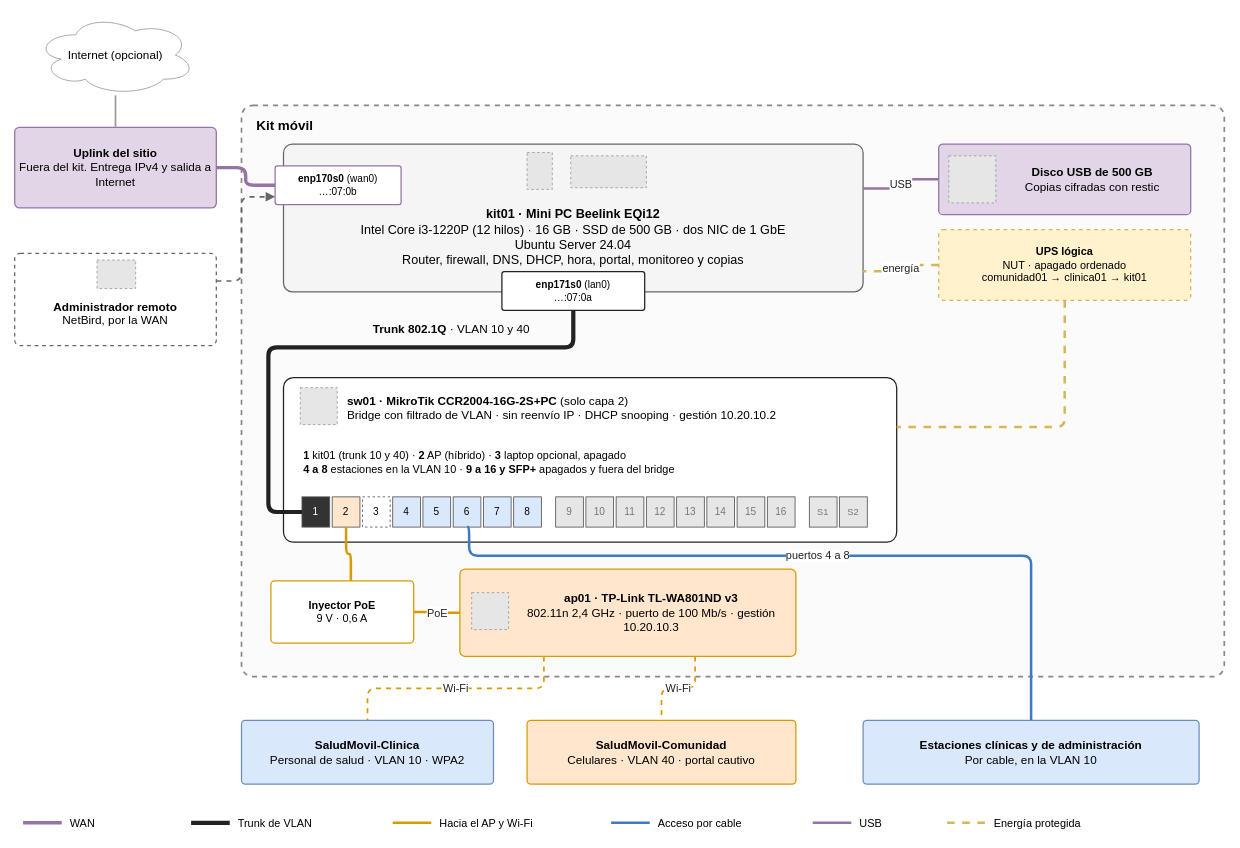
This is diagramas/diagrama-fisico.drawio from kitsalud-movil-plats1/docs, a draw.io file, before an edit. Source tidied: cells renumbered, new cells numbered last; positions are measured from the earlier drawing's top-left corner, leaving out a move shared by most shapes. Both pictures are drawn from the tidied source at 84%, with x=0, y=0 at pixel (14, 14). Pictures stored in the file or linked from it are replaced by grey dashed boxes.
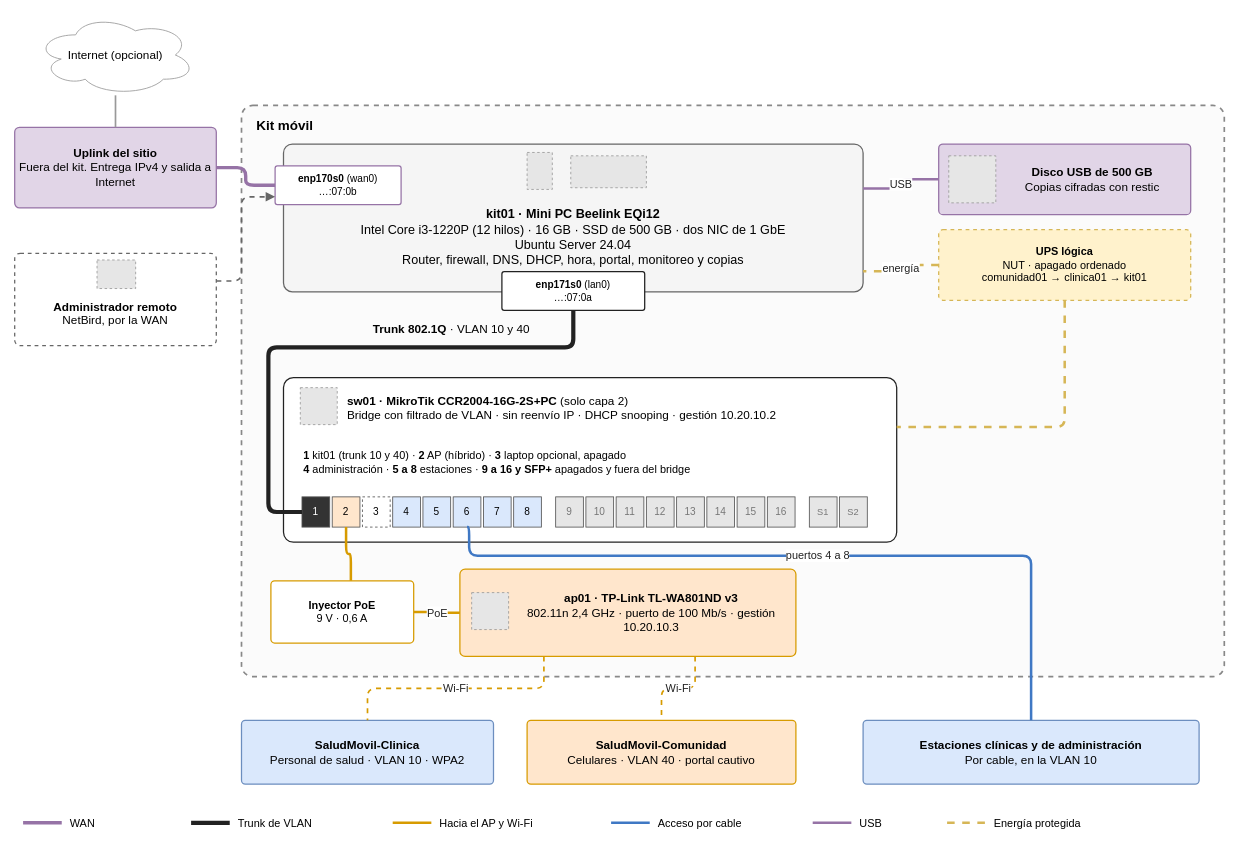
The same page after the edit.

Commit message (it also covers changes not shown here):
Documenta la administración por el puerto ether4

Diff of the diagram source:
```diff
@@
-    <mxCell id="36" value="&lt;b&gt;1&lt;/b&gt; kit01 (trunk 10 y 40) · &lt;b&gt;2&lt;/b&gt; AP (híbrido) · &lt;b&gt;3&lt;/b&gt; laptop opcional, apagado&lt;br&gt;&lt;b&gt;4 a 8&lt;/b&gt; estaciones en la VLAN 10 · &lt;b&gt;9 a 16 y SFP+&lt;/b&gt; apagados y fuera del bridge" style="text;html=1;whiteSpace=wrap;fontSize=13;fontFamily=Helvetica;strokeColor=none;fillColor=none;align=left;verticalAlign=middle;" parent="1" vertex="1">
+    <mxCell id="36" value="&lt;b&gt;1&lt;/b&gt; kit01 (trunk 10 y 40) · &lt;b&gt;2&lt;/b&gt; AP (híbrido) · &lt;b&gt;3&lt;/b&gt; laptop opcional, apagado&lt;br&gt;&lt;b&gt;4&lt;/b&gt; administración · &lt;b&gt;5 a 8&lt;/b&gt; estaciones · &lt;b&gt;9 a 16 y SFP+&lt;/b&gt; apagados y fuera del bridge" style="text;html=1;whiteSpace=wrap;fontSize=13;fontFamily=Helvetica;strokeColor=none;fillColor=none;align=left;verticalAlign=middle;" parent="1" vertex="1">
       <mxGeometry x="342" y="500" width="700" height="66" as="geometry" />
     </mxCell>
```
